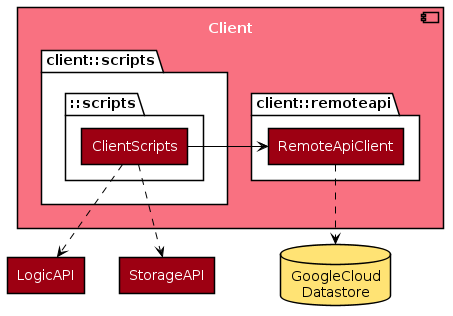
This is diagrams/ClientComponent.png from meet0806/teammates, a PlantUML export, as it was before one commit. Its source is kept beside it as diagrams/ClientComponent.puml.
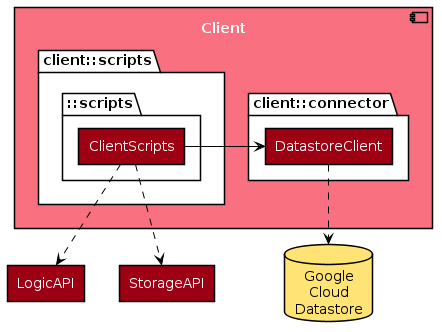
The same diagram one commit later.

The edit, as a diff of the source:
```diff
@@ -14,18 +14,18 @@
         }
     }
 
-    package client::remoteapi {
-        rectangle RemoteApiClient
+    package client::connector {
+        rectangle DatastoreClient
     }
 }
 
-database "GoogleCloud\nDatastore" as GCD STORAGE_COLOR_T1
+database "Google\nCloud\nDatastore" as GCD STORAGE_COLOR_T1
 rectangle LogicAPI
 rectangle StorageAPI
 
-ClientScripts -> RemoteApiClient
+ClientScripts -> DatastoreClient
 ClientScripts ..> LogicAPI
 ClientScripts ..> StorageAPI
-RemoteApiClient ..> GCD
+DatastoreClient ..> GCD
 
 @enduml
```
